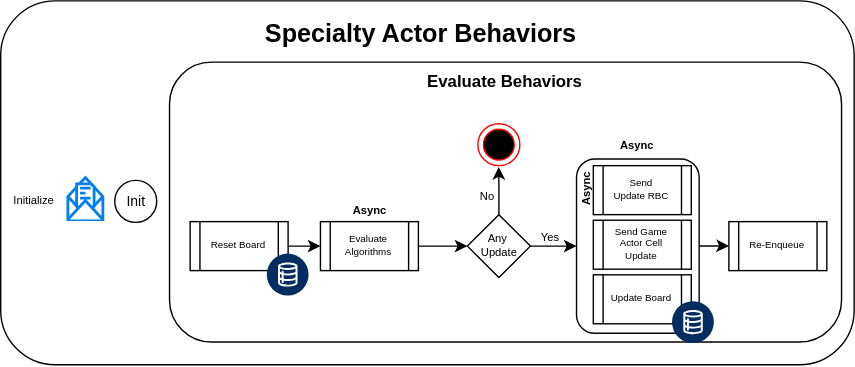
Earlier version of the draw.io export docs/BoardActor.svg (sunlao/py_sudoku_solver). Source tidied: cells renumbered, new cells last; positions are measured from the earlier drawing's top-left corner, leaving out a move shared by most shapes. Its diagram source:
```xml
<mxGraphModel>
  <root>
    <mxCell id="0" />
    <mxCell id="1" parent="0" />
    <mxCell id="2" style="rounded=1;whiteSpace=wrap;html=1;" parent="1" vertex="1">
      <mxGeometry width="609.9" height="260" as="geometry" />
    </mxCell>
    <mxCell id="3" style="rounded=1;whiteSpace=wrap;html=1;" parent="1" vertex="1">
      <mxGeometry x="120.6" y="43.8" width="480.2" height="200" as="geometry" />
    </mxCell>
    <mxCell id="4" style="edgeStyle=orthogonalEdgeStyle;rounded=0;jettySize=auto;html=1;entryX=0;entryY=0.5;entryDx=0;entryDy=0;" parent="1" edge="1" source="5" target="21">
      <mxGeometry relative="1" as="geometry" />
    </mxCell>
    <mxCell id="5" style="rounded=1;whiteSpace=wrap;html=1;" parent="1" vertex="1">
      <mxGeometry x="411.5" y="112.9" width="87.6" height="124.6" as="geometry" />
    </mxCell>
    <mxCell id="6" value="Init" style="ellipse;whiteSpace=wrap;html=1;fontSize=10;" parent="1" vertex="1">
      <mxGeometry x="81.5" y="128.2" width="30" height="30" as="geometry" />
    </mxCell>
    <mxCell id="7" style="html=1;verticalLabelPosition=bottom;align=center;labelBackgroundColor=#ffffff;verticalAlign=top;strokeWidth=2;strokeColor=#0080F0;shadow=0;dashed=0;shape=mxgraph.ios7.icons.envelope_(message);" parent="1" vertex="1">
      <mxGeometry x="48" y="126.2" width="25" height="30" as="geometry" />
    </mxCell>
    <mxCell id="8" value="&lt;div&gt;Initialize&lt;/div&gt;" style="text;html=1;whiteSpace=wrap;strokeColor=none;fillColor=none;align=center;verticalAlign=middle;rounded=0;fontSize=8;" parent="1" vertex="1">
      <mxGeometry x="9" y="128.2" width="30" height="30" as="geometry" />
    </mxCell>
    <mxCell id="9" style="edgeStyle=orthogonalEdgeStyle;rounded=0;jettySize=auto;html=1;entryX=0;entryY=0.5;entryDx=0;entryDy=0;" parent="1" edge="1" source="10" target="13">
      <mxGeometry relative="1" as="geometry" />
    </mxCell>
    <mxCell id="10" value="Reset Board" style="shape=process;whiteSpace=wrap;html=1;backgroundOutline=1;fontSize=7;" parent="1" vertex="1">
      <mxGeometry x="135.4" y="157.8" width="70" height="35" as="geometry" />
    </mxCell>
    <mxCell id="11" value="Evaluate Behaviors" style="text;html=1;whiteSpace=wrap;strokeColor=none;fillColor=none;align=center;verticalAlign=middle;rounded=0;fontStyle=1;" parent="1" vertex="1">
      <mxGeometry x="119.9" y="42.8" width="481" height="30" as="geometry" />
    </mxCell>
    <mxCell id="12" style="edgeStyle=orthogonalEdgeStyle;rounded=0;jettySize=auto;html=1;entryX=0;entryY=0.5;entryDx=0;entryDy=0;" parent="1" edge="1" source="13" target="19">
      <mxGeometry relative="1" as="geometry" />
    </mxCell>
    <mxCell id="13" value="Evaluate&lt;div&gt;Algorithms&lt;/div&gt;" style="shape=process;whiteSpace=wrap;html=1;backgroundOutline=1;fontSize=7;" parent="1" vertex="1">
      <mxGeometry x="228.5" y="157.8" width="70" height="35" as="geometry" />
    </mxCell>
    <mxCell id="14" value="Async" style="text;html=1;whiteSpace=wrap;strokeColor=none;fillColor=none;align=center;verticalAlign=middle;rounded=0;fontSize=8;fontStyle=1;" parent="1" vertex="1">
      <mxGeometry x="253.5" y="143.8" width="20" height="12.5" as="geometry" />
    </mxCell>
    <mxCell id="15" value="Send &lt;br&gt;Update RBC" style="shape=process;whiteSpace=wrap;html=1;backgroundOutline=1;fontSize=7;" parent="1" vertex="1">
      <mxGeometry x="423.5" y="117.8" width="70" height="35" as="geometry" />
    </mxCell>
    <mxCell id="16" value="Async" style="text;html=1;whiteSpace=wrap;strokeColor=none;fillColor=none;align=center;verticalAlign=middle;rounded=0;fontSize=8;fontStyle=1;" parent="1" vertex="1">
      <mxGeometry x="445.3" y="96.2" width="20" height="12.5" as="geometry" />
    </mxCell>
    <mxCell id="17" style="edgeStyle=orthogonalEdgeStyle;rounded=0;jettySize=auto;html=1;entryX=0;entryY=0.5;entryDx=0;entryDy=0;" parent="1" edge="1" source="19" target="5">
      <mxGeometry relative="1" as="geometry" />
    </mxCell>
    <mxCell id="18" style="edgeStyle=orthogonalEdgeStyle;rounded=0;jettySize=auto;html=1;" parent="1" edge="1" source="19">
      <mxGeometry relative="1" as="geometry">
        <mxPoint x="355.9" y="118.8" as="targetPoint" />
      </mxGeometry>
    </mxCell>
    <mxCell id="19" value="Any&amp;nbsp;&lt;div&gt;Update&lt;/div&gt;" style="rhombus;whiteSpace=wrap;html=1;fontSize=8;" parent="1" vertex="1">
      <mxGeometry x="333.5" y="152.8" width="45" height="45" as="geometry" />
    </mxCell>
    <mxCell id="20" value="Send Game Actor Cell Update" style="shape=process;whiteSpace=wrap;html=1;backgroundOutline=1;fontSize=7;" parent="1" vertex="1">
      <mxGeometry x="423.5" y="156.8" width="70" height="35" as="geometry" />
    </mxCell>
    <mxCell id="21" value="&lt;div&gt;Re-Enqueue&lt;/div&gt;" style="shape=process;whiteSpace=wrap;html=1;backgroundOutline=1;fontSize=7;" parent="1" vertex="1">
      <mxGeometry x="520.4" y="157.8" width="70" height="35" as="geometry" />
    </mxCell>
    <mxCell id="22" value="Async" style="text;html=1;whiteSpace=wrap;strokeColor=none;fillColor=none;align=center;verticalAlign=middle;rounded=0;fontSize=8;fontStyle=1;horizontal=0;" parent="1" vertex="1">
      <mxGeometry x="408.9" y="128.8" width="20" height="12.5" as="geometry" />
    </mxCell>
    <mxCell id="23" value="Update Board" style="shape=process;whiteSpace=wrap;html=1;backgroundOutline=1;fontSize=7;" parent="1" vertex="1">
      <mxGeometry x="423.5" y="195.8" width="70" height="35" as="geometry" />
    </mxCell>
    <mxCell id="24" value="Yes" style="text;html=1;whiteSpace=wrap;strokeColor=none;fillColor=none;align=center;verticalAlign=middle;rounded=0;fontSize=8;" parent="1" vertex="1">
      <mxGeometry x="382.5" y="162.5" width="20" height="12.5" as="geometry" />
    </mxCell>
    <mxCell id="25" value="No" style="text;html=1;whiteSpace=wrap;strokeColor=none;fillColor=none;align=center;verticalAlign=middle;rounded=0;fontSize=8;" parent="1" vertex="1">
      <mxGeometry x="337.5" y="133.8" width="20" height="12.5" as="geometry" />
    </mxCell>
    <mxCell id="26" value="Specialty Actor Behaviors" style="text;html=1;whiteSpace=wrap;strokeColor=none;fillColor=none;align=center;verticalAlign=middle;rounded=0;fontStyle=1;fontSize=18;" parent="1" vertex="1">
      <mxGeometry x="0.9" y="10" width="598.9" height="27" as="geometry" />
    </mxCell>
    <mxCell id="27" style="verticalLabelPosition=bottom;html=1;shape=mxgraph.salesforce.data2;fillColorStyles=fillColor2,fillColor3;fillColor2=#032d60;fillColor3=#ffffff;fillColor=none;strokeColor=none;" parent="1" vertex="1">
      <mxGeometry x="479.7" y="214.6" width="30" height="30" as="geometry" />
    </mxCell>
    <mxCell id="28" style="verticalLabelPosition=bottom;html=1;shape=mxgraph.salesforce.data2;fillColorStyles=fillColor2,fillColor3;fillColor2=#032d60;fillColor3=#ffffff;fillColor=none;strokeColor=none;" parent="1" vertex="1">
      <mxGeometry x="190.1" y="180.6" width="30" height="30" as="geometry" />
    </mxCell>
    <mxCell id="29" value="&lt;font style=&quot;color: light-dark(rgb(0, 0, 0), rgb(0, 0, 0)); font-size: 10px;&quot;&gt;&lt;b&gt;End&lt;/b&gt;&lt;/font&gt;" style="ellipse;html=1;shape=endState;fillColor=#000000;strokeColor=#ff0000;" parent="1" vertex="1">
      <mxGeometry x="341" y="87.8" width="30" height="30" as="geometry" />
    </mxCell>
  </root>
</mxGraphModel>
```
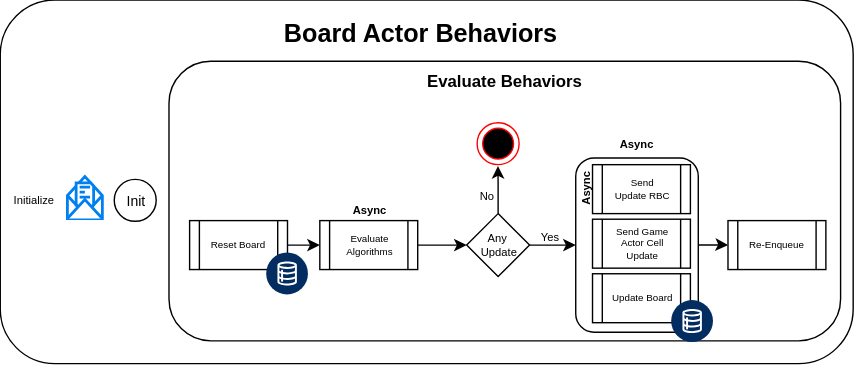
Above is the later version.

Diff of the diagram source:
```diff
@@ -76,7 +76,7 @@
     <mxCell id="25" value="No" style="text;html=1;whiteSpace=wrap;strokeColor=none;fillColor=none;align=center;verticalAlign=middle;rounded=0;fontSize=8;" parent="1" vertex="1">
       <mxGeometry x="337.5" y="133.8" width="20" height="12.5" as="geometry" />
     </mxCell>
-    <mxCell id="26" value="Specialty Actor Behaviors" style="text;html=1;whiteSpace=wrap;strokeColor=none;fillColor=none;align=center;verticalAlign=middle;rounded=0;fontStyle=1;fontSize=18;" parent="1" vertex="1">
+    <mxCell id="26" value="Board Actor Behaviors" style="text;html=1;whiteSpace=wrap;strokeColor=none;fillColor=none;align=center;verticalAlign=middle;rounded=0;fontStyle=1;fontSize=18;" parent="1" vertex="1">
       <mxGeometry x="0.9" y="10" width="598.9" height="27" as="geometry" />
     </mxCell>
     <mxCell id="27" style="verticalLabelPosition=bottom;html=1;shape=mxgraph.salesforce.data2;fillColorStyles=fillColor2,fillColor3;fillColor2=#032d60;fillColor3=#ffffff;fillColor=none;strokeColor=none;" parent="1" vertex="1">
```
